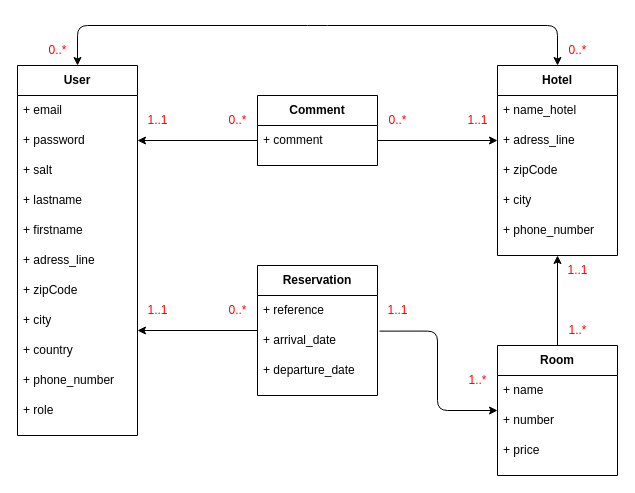
Above: Conception/diagrammeBaseDeDonnées.drawio in SebastienCANVILLE/backdreaminluxehotelnew (draw.io), before the change. Source tidied: cells renumbered, new cells numbered last; positions are measured from the earlier drawing's top-left corner, leaving out a move shared by most shapes. Both pictures are drawn from the tidied source at 100%, with x=0, y=0 at pixel (17, 25).
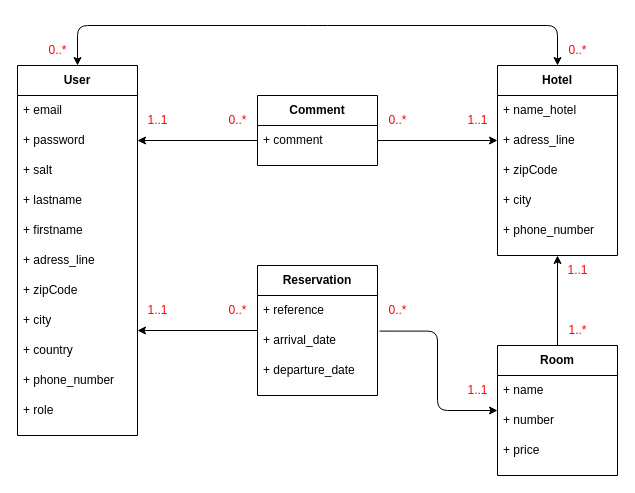
The same page after the edit.

Change to the diagram source:
```diff
@@
     <mxCell id="32" value="1..1" style="text;html=1;align=center;verticalAlign=middle;strokeColor=none;fillColor=none;fontColor=#FF0000;" parent="1" vertex="1">
-      <mxGeometry x="360" y="270" width="40" height="30" as="geometry" />
+      <mxGeometry x="440" y="350" width="40" height="30" as="geometry" />
     </mxCell>
@@
-    <mxCell id="34" value="1..*" style="text;html=1;align=center;verticalAlign=middle;strokeColor=none;fillColor=none;fontColor=#FF0000;" parent="1" vertex="1">
-      <mxGeometry x="440" y="340" width="40" height="30" as="geometry" />
+    <mxCell id="34" value="0..*" style="text;html=1;align=center;verticalAlign=middle;strokeColor=none;fillColor=none;fontColor=#FF0000;" parent="1" vertex="1">
+      <mxGeometry x="360" y="270" width="40" height="30" as="geometry" />
     </mxCell>
```
